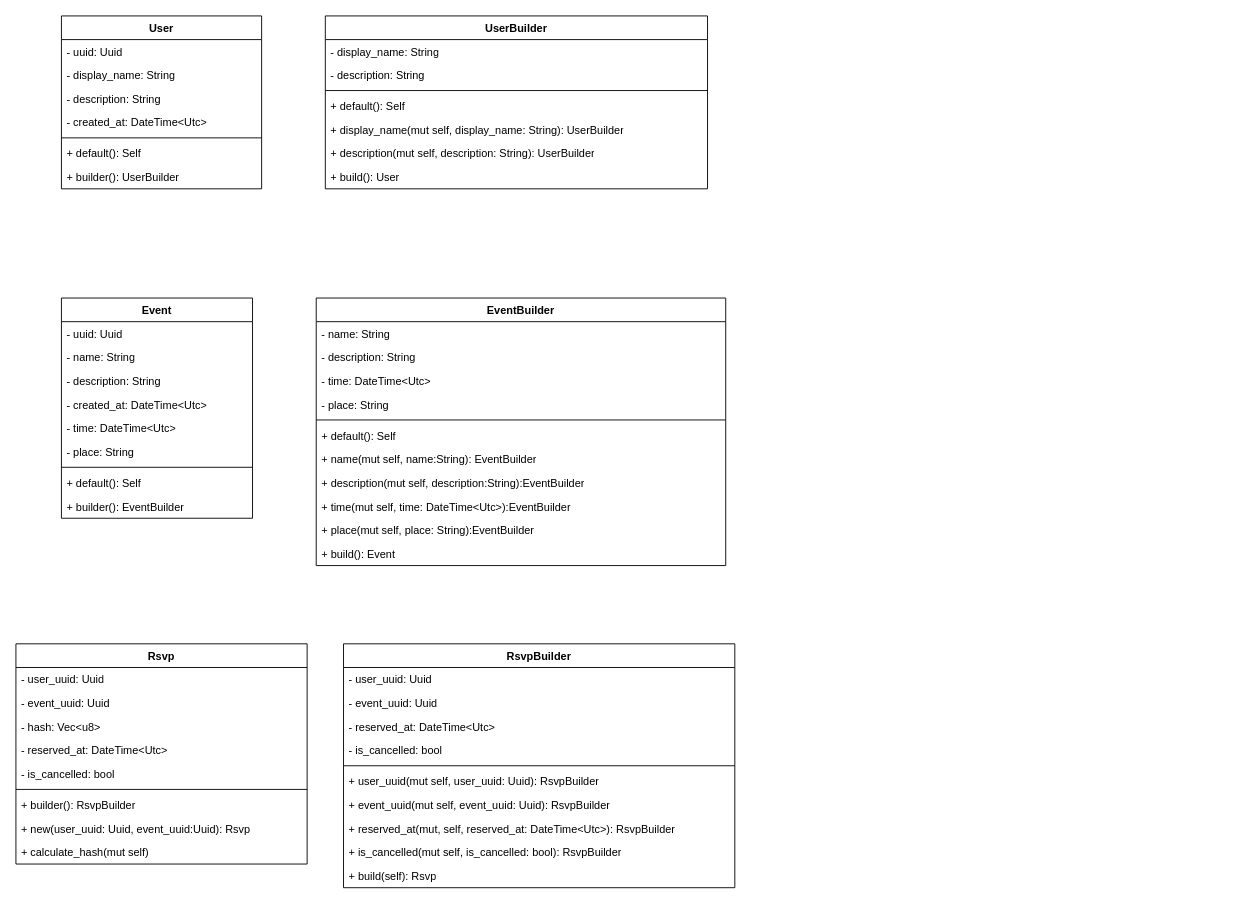
This is docs/diagrams/class/diagram-class.es.drawio from a-mayb3/group_n_meet_backend, a draw.io file, before an edit. Source tidied: cells renumbered, new cells numbered last; positions are measured from the earlier drawing's top-left corner, leaving out a move shared by most shapes. Both pictures are drawn from the tidied source at 91%, with x=0, y=0 at pixel (15, 15).
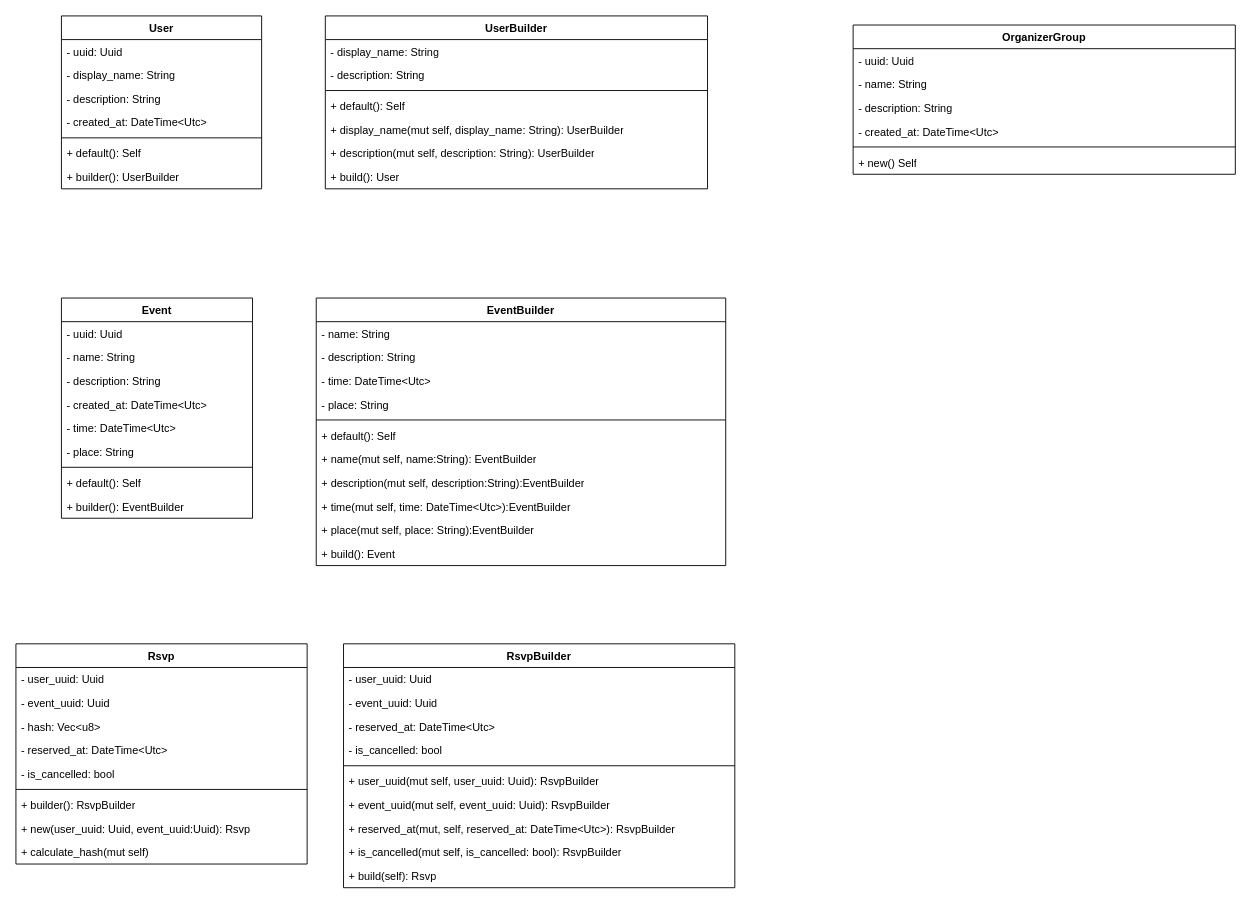
After the change.

Commit message:
Started working on Organizer Groups' class

Change to the diagram source:
```diff
@@
+    <mxCell id="61" value="OrganizerGroup" style="swimlane;fontStyle=1;align=center;verticalAlign=top;horizontal=1;startSize=26;whiteSpace=wrap;html=1;" parent="1" vertex="1">
+      <mxGeometry x="920" y="10" width="420" height="164" as="geometry" />
+    </mxCell>
+    <mxCell id="62" value="- uuid: Uuid" style="text;strokeColor=none;fillColor=none;align=left;verticalAlign=top;spacingLeft=4;spacingRight=4;overflow=hidden;whiteSpace=wrap;html=1;" parent="61" vertex="1">
+      <mxGeometry y="26" width="420" height="26" as="geometry" />
+    </mxCell>
+    <mxCell id="63" value="- name: String" style="text;strokeColor=none;fillColor=none;align=left;verticalAlign=top;spacingLeft=4;spacingRight=4;overflow=hidden;whiteSpace=wrap;html=1;" parent="61" vertex="1">
+      <mxGeometry y="52" width="420" height="26" as="geometry" />
+    </mxCell>
+    <mxCell id="64" value="- description: String" style="text;strokeColor=none;fillColor=none;align=left;verticalAlign=top;spacingLeft=4;spacingRight=4;overflow=hidden;whiteSpace=wrap;html=1;" parent="61" vertex="1">
+      <mxGeometry y="78" width="420" height="26" as="geometry" />
+    </mxCell>
+    <mxCell id="65" value="- created_at: DateTime&amp;lt;Utc&amp;gt;" style="text;strokeColor=none;fillColor=none;align=left;verticalAlign=top;spacingLeft=4;spacingRight=4;overflow=hidden;whiteSpace=wrap;html=1;" parent="61" vertex="1">
+      <mxGeometry y="104" width="420" height="26" as="geometry" />
+    </mxCell>
+    <mxCell id="66" style="line;strokeWidth=1;fillColor=none;align=left;verticalAlign=middle;spacingTop=-1;spacingLeft=3;spacingRight=3;labelPosition=right;strokeColor=inherit;" parent="61" vertex="1">
+      <mxGeometry y="130" width="420" height="8" as="geometry" />
+    </mxCell>
+    <mxCell id="67" value="+ new() Self" style="text;strokeColor=none;fillColor=none;align=left;verticalAlign=top;spacingLeft=4;spacingRight=4;overflow=hidden;whiteSpace=wrap;html=1;" parent="61" vertex="1">
+      <mxGeometry y="138" width="420" height="26" as="geometry" />
+    </mxCell>
```
